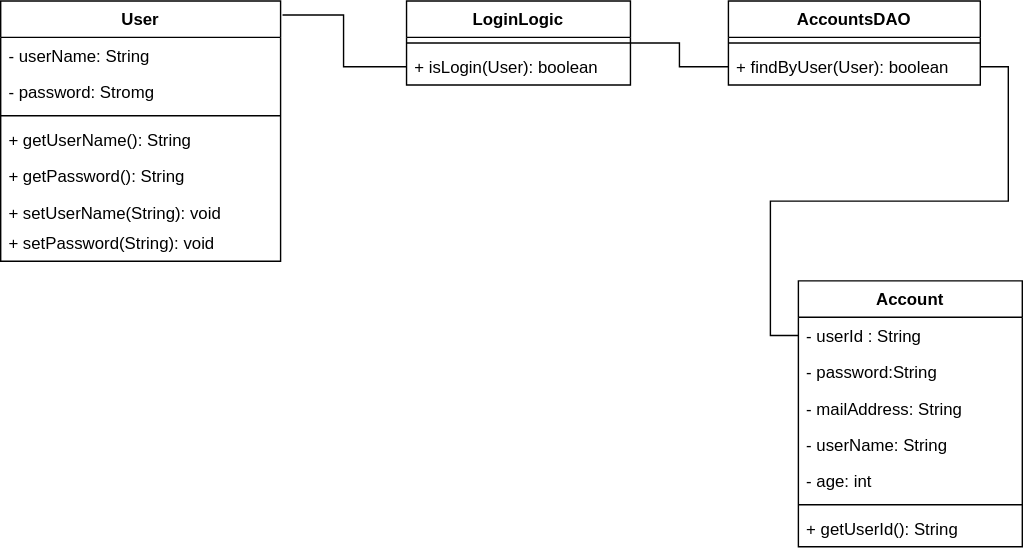
Above: screenLayout/詳細設計.drawio.svg in yuhi-2024/software_eng (draw.io), before the change. Source tidied: cells renumbered, new cells last; positions are measured from the earlier drawing's top-left corner, leaving out a move shared by most shapes. Source of this version:
```xml
<mxGraphModel>
  <root>
    <mxCell id="0" />
    <mxCell id="1" parent="0" />
    <mxCell id="2" style="edgeStyle=orthogonalEdgeStyle;rounded=0;jettySize=auto;html=1;entryX=0;entryY=0.5;entryDx=0;entryDy=0;exitX=1.007;exitY=0.054;exitDx=0;exitDy=0;exitPerimeter=0;endArrow=none;endFill=0;" parent="1" edge="1" source="3" target="14">
      <mxGeometry relative="1" as="geometry" />
    </mxCell>
    <mxCell id="3" value="User" style="swimlane;fontStyle=1;align=center;verticalAlign=top;horizontal=1;startSize=26;whiteSpace=wrap;html=1;" parent="1" vertex="1">
      <mxGeometry width="200" height="186" as="geometry" />
    </mxCell>
    <mxCell id="4" value="- userName: String" style="text;strokeColor=none;fillColor=none;align=left;verticalAlign=top;spacingLeft=4;spacingRight=4;overflow=hidden;whiteSpace=wrap;html=1;" parent="3" vertex="1">
      <mxGeometry y="26" width="200" height="26" as="geometry" />
    </mxCell>
    <mxCell id="5" value="- password: Stromg" style="text;strokeColor=none;fillColor=none;align=left;verticalAlign=top;spacingLeft=4;spacingRight=4;overflow=hidden;whiteSpace=wrap;html=1;" parent="3" vertex="1">
      <mxGeometry y="52" width="200" height="26" as="geometry" />
    </mxCell>
    <mxCell id="6" style="line;strokeWidth=1;fillColor=none;align=left;verticalAlign=middle;spacingTop=-1;spacingLeft=3;spacingRight=3;labelPosition=right;strokeColor=inherit;" parent="3" vertex="1">
      <mxGeometry y="78" width="200" height="8" as="geometry" />
    </mxCell>
    <mxCell id="7" value="+ getUserName(): String" style="text;strokeColor=none;fillColor=none;align=left;verticalAlign=top;spacingLeft=4;spacingRight=4;overflow=hidden;whiteSpace=wrap;html=1;" parent="3" vertex="1">
      <mxGeometry y="86" width="200" height="26" as="geometry" />
    </mxCell>
    <mxCell id="8" value="+ getPassword(): String" style="text;strokeColor=none;fillColor=none;align=left;verticalAlign=top;spacingLeft=4;spacingRight=4;overflow=hidden;whiteSpace=wrap;html=1;" parent="3" vertex="1">
      <mxGeometry y="112" width="200" height="26" as="geometry" />
    </mxCell>
    <mxCell id="9" value="+ setUserName(String): void" style="text;strokeColor=none;fillColor=none;align=left;verticalAlign=top;spacingLeft=4;spacingRight=4;overflow=hidden;whiteSpace=wrap;html=1;" parent="3" vertex="1">
      <mxGeometry y="138" width="200" height="22" as="geometry" />
    </mxCell>
    <mxCell id="10" value="+ setPassword(String): void" style="text;strokeColor=none;fillColor=none;align=left;verticalAlign=top;spacingLeft=4;spacingRight=4;overflow=hidden;whiteSpace=wrap;html=1;" parent="3" vertex="1">
      <mxGeometry y="160" width="200" height="26" as="geometry" />
    </mxCell>
    <mxCell id="11" style="edgeStyle=orthogonalEdgeStyle;rounded=0;jettySize=auto;html=1;entryX=0;entryY=0.5;entryDx=0;entryDy=0;endArrow=none;endFill=0;" parent="1" edge="1" source="12" target="17">
      <mxGeometry relative="1" as="geometry" />
    </mxCell>
    <mxCell id="12" value="LoginLogic" style="swimlane;fontStyle=1;align=center;verticalAlign=top;horizontal=1;startSize=26;whiteSpace=wrap;html=1;" parent="1" vertex="1">
      <mxGeometry x="290" width="160" height="60" as="geometry" />
    </mxCell>
    <mxCell id="13" style="line;strokeWidth=1;fillColor=none;align=left;verticalAlign=middle;spacingTop=-1;spacingLeft=3;spacingRight=3;labelPosition=right;strokeColor=inherit;" parent="12" vertex="1">
      <mxGeometry y="26" width="160" height="8" as="geometry" />
    </mxCell>
    <mxCell id="14" value="+ isLogin(User): boolean" style="text;strokeColor=none;fillColor=none;align=left;verticalAlign=top;spacingLeft=4;spacingRight=4;overflow=hidden;points=[[0,0.5],[1,0.5]];portConstraint=eastwest;whiteSpace=wrap;html=1;" parent="12" vertex="1">
      <mxGeometry y="34" width="160" height="26" as="geometry" />
    </mxCell>
    <mxCell id="15" value="AccountsDAO" style="swimlane;fontStyle=1;align=center;verticalAlign=top;horizontal=1;startSize=26;whiteSpace=wrap;html=1;" parent="1" vertex="1">
      <mxGeometry x="520" width="180" height="60" as="geometry" />
    </mxCell>
    <mxCell id="16" style="line;strokeWidth=1;fillColor=none;align=left;verticalAlign=middle;spacingTop=-1;spacingLeft=3;spacingRight=3;labelPosition=right;strokeColor=inherit;" parent="15" vertex="1">
      <mxGeometry y="26" width="180" height="8" as="geometry" />
    </mxCell>
    <mxCell id="17" value="+ findByUser(User): boolean" style="text;strokeColor=none;fillColor=none;align=left;verticalAlign=top;spacingLeft=4;spacingRight=4;overflow=hidden;points=[[0,0.5],[1,0.5]];portConstraint=eastwest;whiteSpace=wrap;html=1;" parent="15" vertex="1">
      <mxGeometry y="34" width="180" height="26" as="geometry" />
    </mxCell>
    <mxCell id="18" value="Account" style="swimlane;fontStyle=1;align=center;verticalAlign=top;horizontal=1;startSize=26;whiteSpace=wrap;html=1;" parent="1" vertex="1">
      <mxGeometry x="570" y="200" width="160" height="190" as="geometry" />
    </mxCell>
    <mxCell id="19" value="- userId : String" style="text;strokeColor=none;fillColor=none;align=left;verticalAlign=top;spacingLeft=4;spacingRight=4;overflow=hidden;points=[[0,0.5],[1,0.5]];portConstraint=eastwest;whiteSpace=wrap;html=1;" parent="18" vertex="1">
      <mxGeometry y="26" width="160" height="26" as="geometry" />
    </mxCell>
    <mxCell id="20" value="- password:String" style="text;strokeColor=none;fillColor=none;align=left;verticalAlign=top;spacingLeft=4;spacingRight=4;overflow=hidden;whiteSpace=wrap;html=1;" parent="18" vertex="1">
      <mxGeometry y="52" width="160" height="26" as="geometry" />
    </mxCell>
    <mxCell id="21" value="- mailAddress: String" style="text;strokeColor=none;fillColor=none;align=left;verticalAlign=top;spacingLeft=4;spacingRight=4;overflow=hidden;whiteSpace=wrap;html=1;" parent="18" vertex="1">
      <mxGeometry y="78" width="160" height="26" as="geometry" />
    </mxCell>
    <mxCell id="22" value="- userName: String" style="text;strokeColor=none;fillColor=none;align=left;verticalAlign=top;spacingLeft=4;spacingRight=4;overflow=hidden;whiteSpace=wrap;html=1;" parent="18" vertex="1">
      <mxGeometry y="104" width="160" height="26" as="geometry" />
    </mxCell>
    <mxCell id="23" value="- age: int" style="text;strokeColor=none;fillColor=none;align=left;verticalAlign=top;spacingLeft=4;spacingRight=4;overflow=hidden;whiteSpace=wrap;html=1;" parent="18" vertex="1">
      <mxGeometry y="130" width="160" height="26" as="geometry" />
    </mxCell>
    <mxCell id="24" style="line;strokeWidth=1;fillColor=none;align=left;verticalAlign=middle;spacingTop=-1;spacingLeft=3;spacingRight=3;labelPosition=right;strokeColor=inherit;" parent="18" vertex="1">
      <mxGeometry y="156" width="160" height="8" as="geometry" />
    </mxCell>
    <mxCell id="25" value="+ getUserId(): String" style="text;strokeColor=none;fillColor=none;align=left;verticalAlign=top;spacingLeft=4;spacingRight=4;overflow=hidden;whiteSpace=wrap;html=1;" parent="18" vertex="1">
      <mxGeometry y="164" width="160" height="26" as="geometry" />
    </mxCell>
    <mxCell id="26" style="edgeStyle=orthogonalEdgeStyle;rounded=0;jettySize=auto;html=1;entryX=0;entryY=0.5;entryDx=0;entryDy=0;endArrow=none;endFill=0;" parent="1" edge="1" source="17" target="19">
      <mxGeometry relative="1" as="geometry" />
    </mxCell>
  </root>
</mxGraphModel>
```
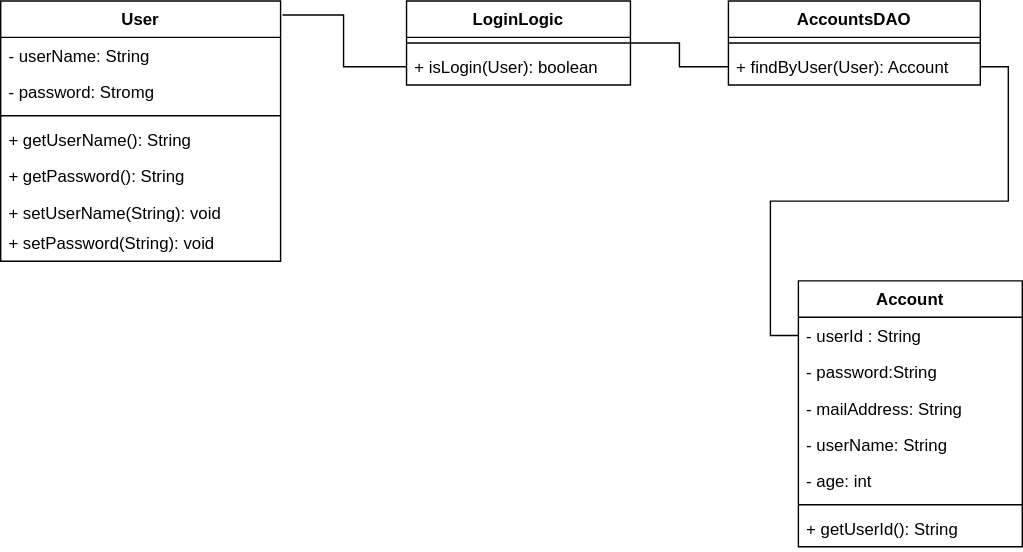
After the change.

Commit message:
詳細設計.drawio.svg を更新します

The edit, as a diff of the source:
```diff
@@ -47,7 +47,7 @@
     <mxCell id="16" style="line;strokeWidth=1;fillColor=none;align=left;verticalAlign=middle;spacingTop=-1;spacingLeft=3;spacingRight=3;labelPosition=right;strokeColor=inherit;" parent="15" vertex="1">
       <mxGeometry y="26" width="180" height="8" as="geometry" />
     </mxCell>
-    <mxCell id="17" value="+ findByUser(User): boolean" style="text;strokeColor=none;fillColor=none;align=left;verticalAlign=top;spacingLeft=4;spacingRight=4;overflow=hidden;points=[[0,0.5],[1,0.5]];portConstraint=eastwest;whiteSpace=wrap;html=1;" parent="15" vertex="1">
+    <mxCell id="17" value="+ findByUser(User): Account" style="text;strokeColor=none;fillColor=none;align=left;verticalAlign=top;spacingLeft=4;spacingRight=4;overflow=hidden;points=[[0,0.5],[1,0.5]];portConstraint=eastwest;whiteSpace=wrap;html=1;" parent="15" vertex="1">
       <mxGeometry y="34" width="180" height="26" as="geometry" />
     </mxCell>
     <mxCell id="18" value="Account" style="swimlane;fontStyle=1;align=center;verticalAlign=top;horizontal=1;startSize=26;whiteSpace=wrap;html=1;" parent="1" vertex="1">
```
